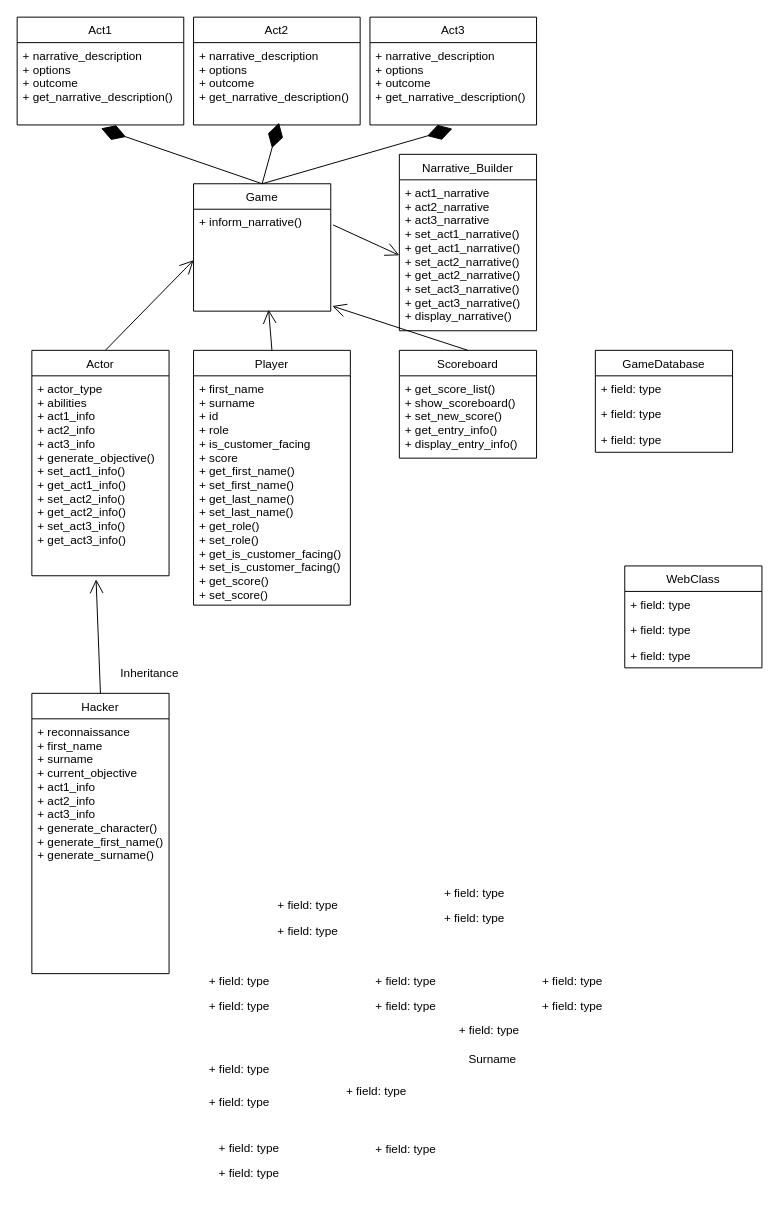
Earlier version of the draw.io diagram classDiagram.drawio (FebruaryRain/EvilUser). Source tidied: cells renumbered, new cells numbered last; positions are measured from the earlier drawing's top-left corner, leaving out a move shared by most shapes. Both pictures are drawn from the tidied source at 98%, with x=0, y=0 at pixel (17, 17).
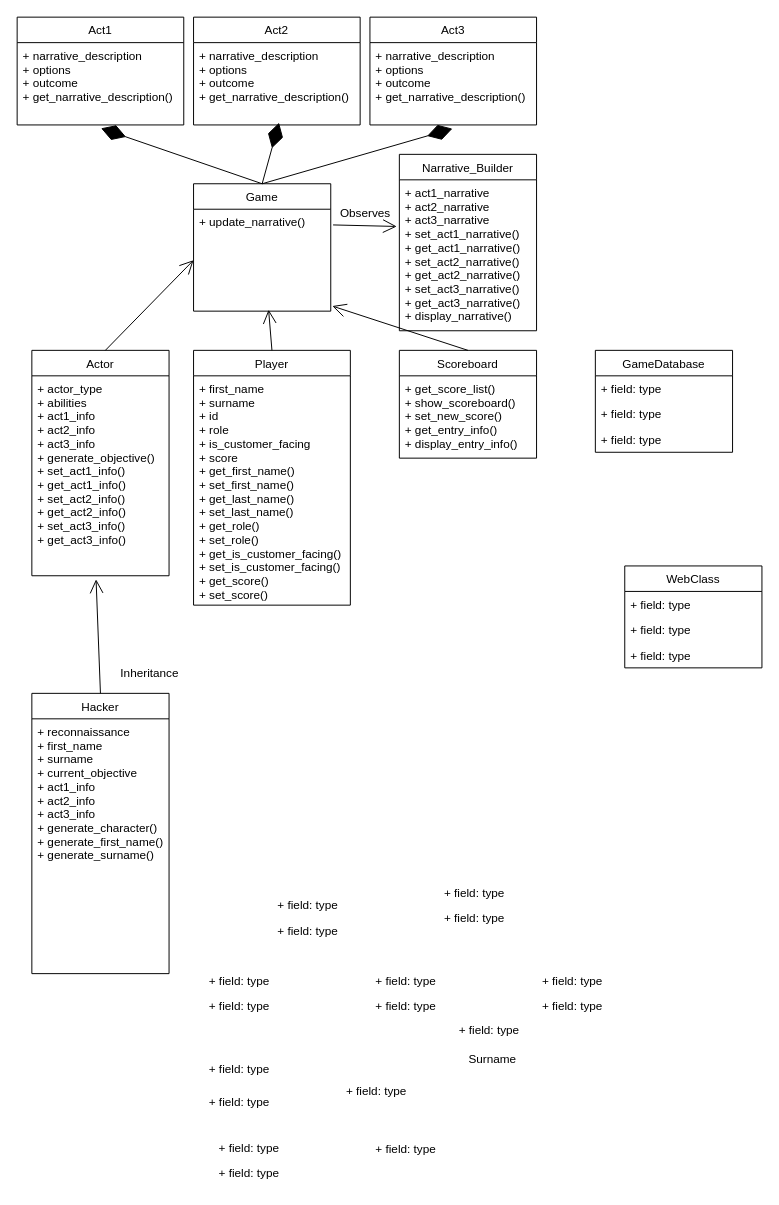
After the change.

Commit message (it also covers changes not shown here):
classDiagram, minor adjustment to function name in Game(); created and adding first drafy of game.py

The change refers to these unchanged cells:
```xml
<mxCell id="2" value="Game" style="swimlane;fontStyle=0;horizontal=1;startSize=26;fillColor=none;" parent="1" vertex="1">
  <mxGeometry x="180" y="170" width="140" height="130" as="geometry" />
</mxCell>
<mxCell id="15" value="+ act1_narrative&#10;+ act2_narrative&#10;+ act3_narrative&#10;+ set_act1_narrative()&#10;+ get_act1_narrative()&#10;+ set_act2_narrative()&#10;+ get_act2_narrative()&#10;+ set_act3_narrative()&#10;+ get_act3_narrative()&#10;+ display_narrative()" style="text;strokeColor=none;fillColor=none;align=left;verticalAlign=top;spacingLeft=4;spacingRight=4;overflow=hidden;points=[[0,0.5],[1,0.5]];portConstraint=eastwest;" parent="14" vertex="1">
  <mxGeometry y="26" width="140" height="154" as="geometry" />
</mxCell>
```

Diff of the diagram source:
```diff
@@
-    <mxCell id="3" value="+ inform_narrative()" style="text;strokeColor=none;fillColor=none;align=left;verticalAlign=top;spacingLeft=4;spacingRight=4;overflow=hidden;points=[[0,0.5],[1,0.5]];portConstraint=eastwest;" parent="2" vertex="1">
+    <mxCell id="3" value="+ update_narrative()" style="text;strokeColor=none;fillColor=none;align=left;verticalAlign=top;spacingLeft=4;spacingRight=4;overflow=hidden;points=[[0,0.5],[1,0.5]];portConstraint=eastwest;" parent="2" vertex="1">
       <mxGeometry y="26" width="140" height="104" as="geometry" />
     </mxCell>
@@
-    <mxCell id="25" style="endArrow=open;endFill=1;endSize=12;html=1;exitX=1.017;exitY=0.154;exitDx=0;exitDy=0;exitPerimeter=0;entryX=0;entryY=0.5;entryDx=0;entryDy=0;" parent="1" edge="1" source="3" target="15">
+    <mxCell id="25" style="endArrow=open;endFill=1;endSize=12;html=1;exitX=1.017;exitY=0.154;exitDx=0;exitDy=0;exitPerimeter=0;entryX=-0.019;entryY=0.309;entryDx=0;entryDy=0;entryPerimeter=0;" parent="1" edge="1" source="3" target="15">
       <mxGeometry relative="1" as="geometry" />
     </mxCell>
@@
+    <mxCell id="55" value="Observes" style="text;html=1;align=center;verticalAlign=middle;" parent="1" vertex="1">
+      <mxGeometry x="320" y="190" width="70" height="20" as="geometry" />
+    </mxCell>
```
